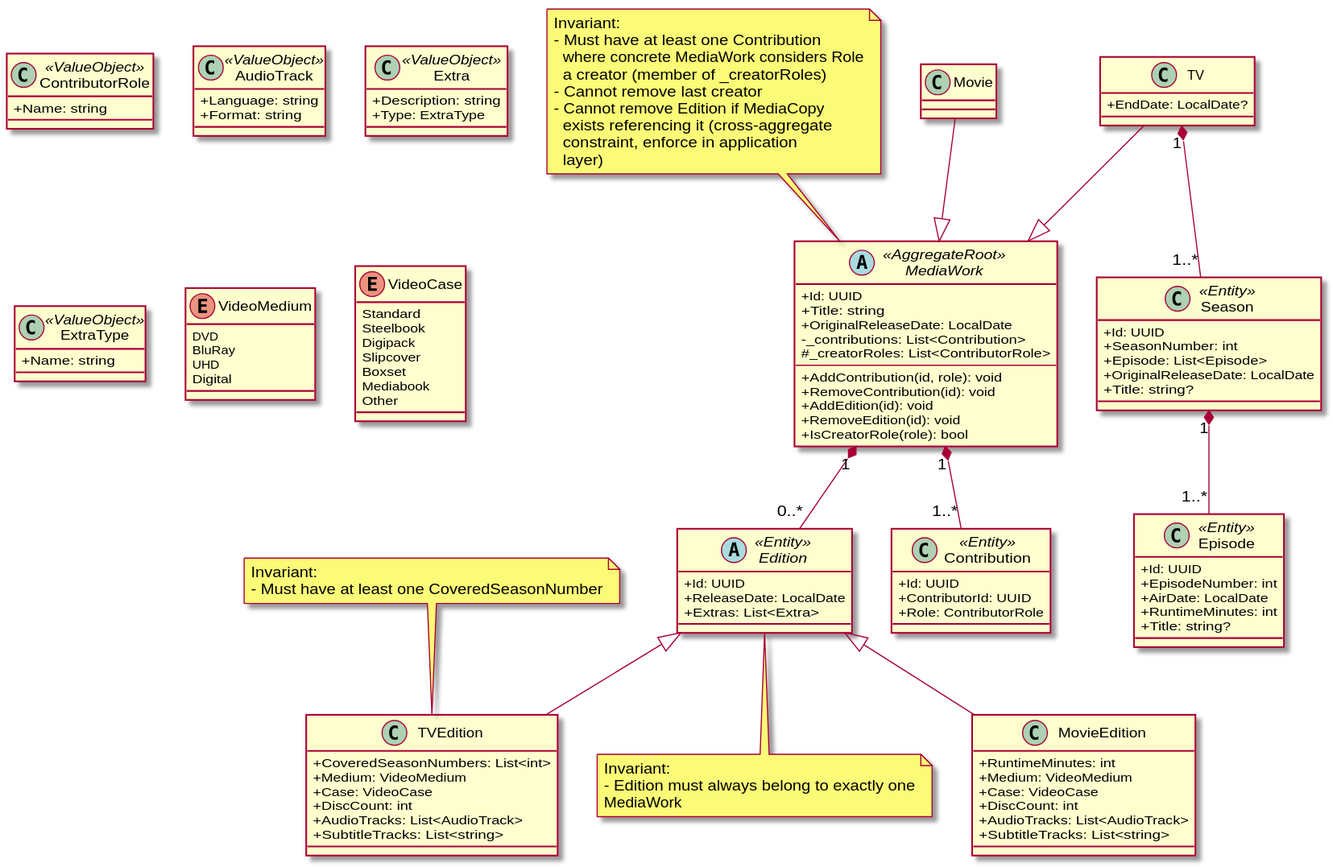
This is docs/diagrams/domain/domain-media-work.svg from yantue/colleq, a PlantUML export, as it was before one commit. Source of this version:
```plantuml
@startuml
skinparam classAttributeIconSize 0

abstract class MediaWork <<AggregateRoot>> {
    +Id: UUID
    +Title: string
    +OriginalReleaseDate: LocalDate
    -_contributions: List<Contribution>
    #_creatorRoles: List<ContributorRole>
    --
    +AddContribution(id, role): void
    +RemoveContribution(id): void
    +AddEdition(id): void
    +RemoveEdition(id): void
    +IsCreatorRole(role): bool
}

note top of MediaWork
Invariant:
- Must have at least one Contribution
  where concrete MediaWork considers Role
  a creator (member of _creatorRoles)
- Cannot remove last creator
- Cannot remove Edition if MediaCopy
  exists referencing it (cross-aggregate
  constraint, enforce in application
  layer)
end note

abstract class Edition <<Entity>> {
    +Id: UUID
    +ReleaseDate: LocalDate
    +Extras: List<Extra>
}

note bottom of Edition
Invariant:
- Edition must always belong to exactly one
MediaWork
end note

MediaWork "1" *-- "0..*" Edition

class Contribution <<Entity>> {
    +Id: UUID
    +ContributorId: UUID
    +Role: ContributorRole
}

class ContributorRole <<ValueObject>> {
    +Name: string
}

MediaWork "1" *-- "1..*" Contribution

class Movie

Movie --|> MediaWork

class MovieEdition {
    +RuntimeMinutes: int
    +Medium: VideoMedium
    +Case: VideoCase
    +DiscCount: int
    +AudioTracks: List<AudioTrack>
    +SubtitleTracks: List<string>
}

Edition <|-- MovieEdition

class TV {
    +EndDate: LocalDate?
}

TV --|> MediaWork

class TVEdition {
    +CoveredSeasonNumbers: List<int>
    +Medium: VideoMedium
    +Case: VideoCase
    +DiscCount: int
    +AudioTracks: List<AudioTrack>
    +SubtitleTracks: List<string>
}

Edition <|-- TVEdition

note top of TVEdition
Invariant:
- Must have at least one CoveredSeasonNumber
end note

class Season <<Entity>> {
    +Id: UUID
    +SeasonNumber: int
    +Episode: List<Episode>
    +OriginalReleaseDate: LocalDate
    +Title: string?
}

class Episode <<Entity>> {
    +Id: UUID
    +EpisodeNumber: int
    +AirDate: LocalDate
    +RuntimeMinutes: int
    +Title: string?
}

Season "1" *-- "1..*" Episode
TV "1" *-- "1..*" Season

class AudioTrack <<ValueObject>> {
    +Language: string
    +Format: string
}

class Extra <<ValueObject>> {
    +Description: string
    +Type: ExtraType
}

class ExtraType <<ValueObject>> {
    +Name: string
}

enum VideoMedium {
    DVD
    BluRay
    UHD
    Digital
}

enum VideoCase {
    Standard
    Steelbook
    Digipack
    Slipcover
    Boxset
    Mediabook
    Other
}

@enduml
```
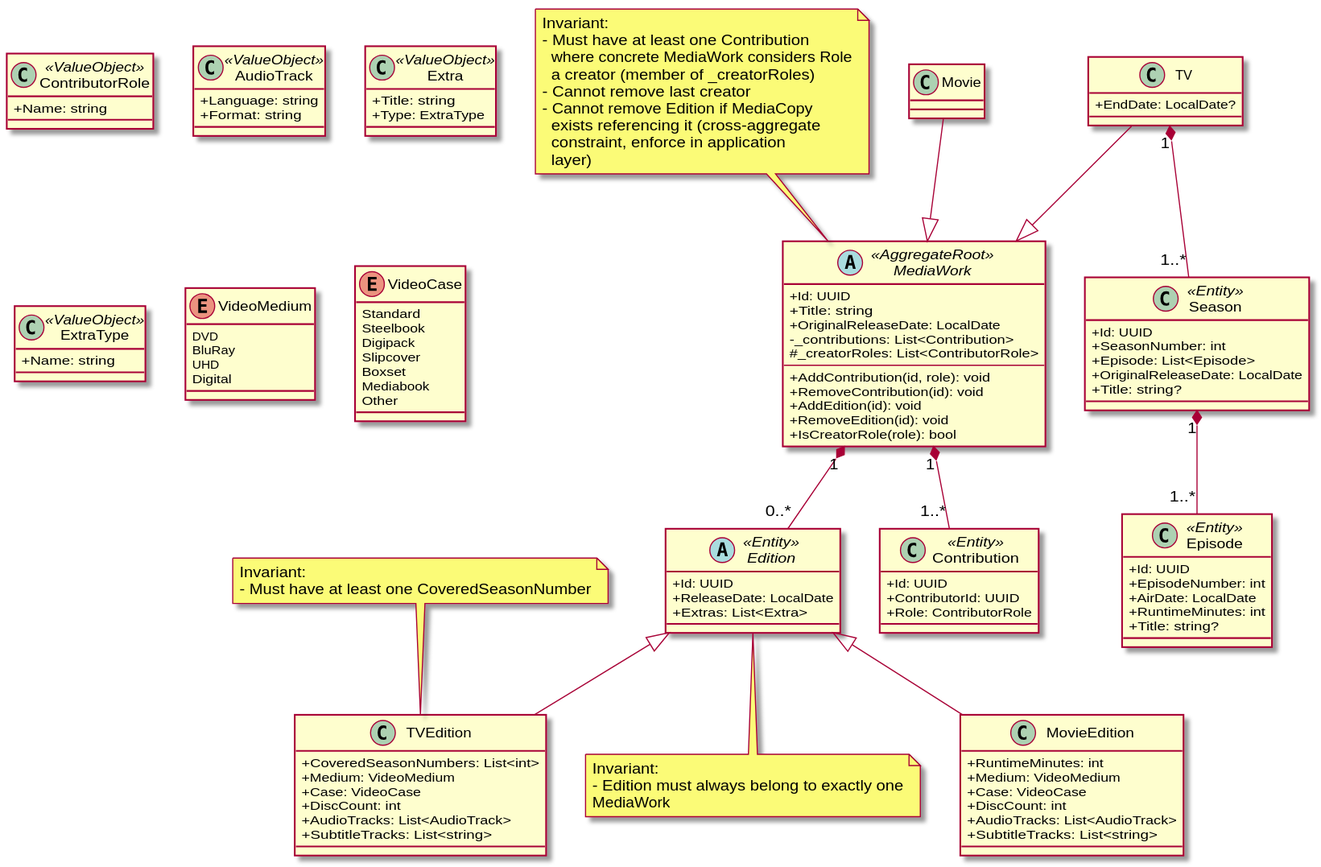
The same file after the commit.

Change to the diagram source:
```diff
@@ -115,7 +115,7 @@
 }
 
 class Extra <<ValueObject>> {
-    +Description: string
+    +Title: string
     +Type: ExtraType
 }
 
```
